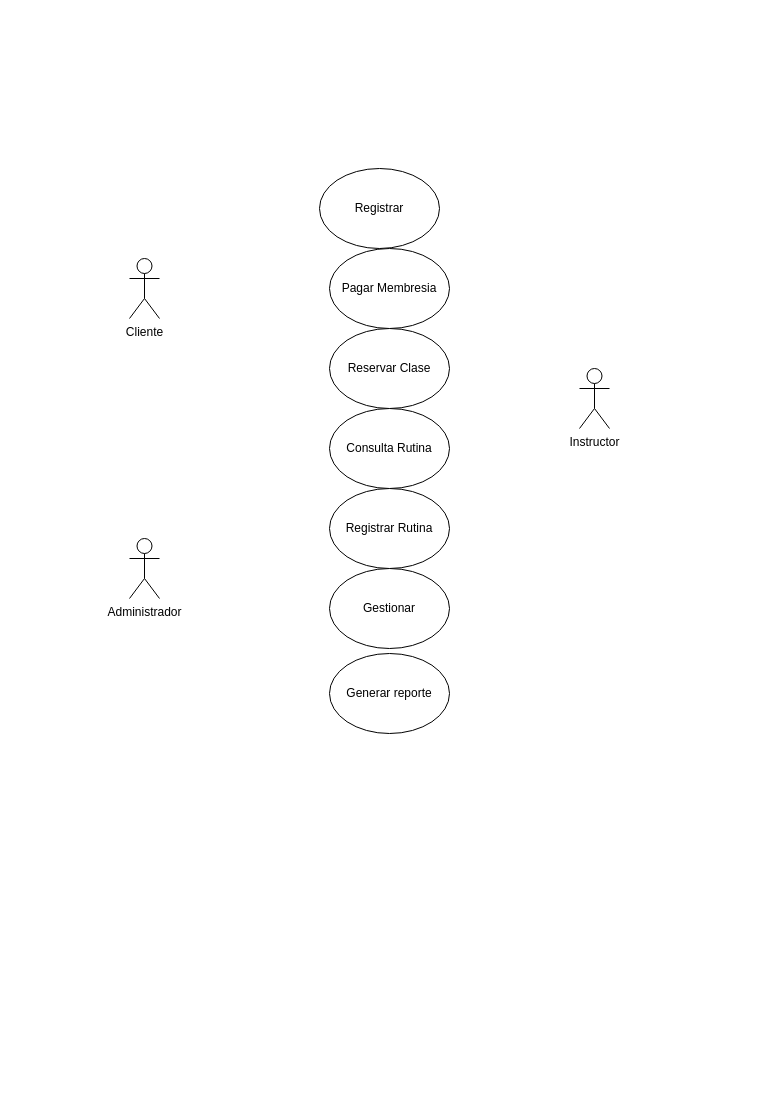
Earlier version of the draw.io diagram Diagrama Caso de Uso UML.drawio (AlexAntonio29/PracticasProgramacion). Source tidied: cells renumbered, new cells numbered last; positions are measured from the earlier drawing's top-left corner, leaving out a move shared by most shapes. Both pictures are drawn from the tidied source at 100%, with x=0, y=0 at pixel (129, 168).
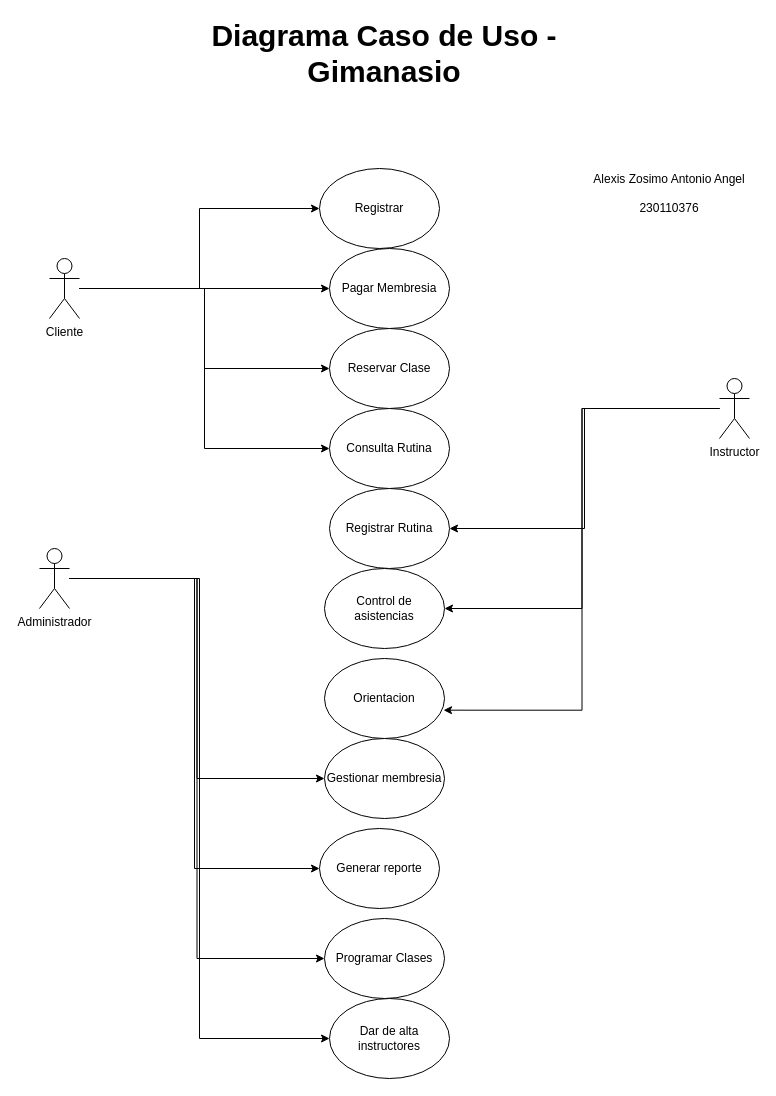
Above is the later version.

Unchanged cells that the change refers to:
```xml
<mxCell id="2" value="Registrar" style="ellipse;whiteSpace=wrap;html=1;" parent="1" vertex="1">
  <mxGeometry x="190" width="120" height="80" as="geometry" />
</mxCell>
<mxCell id="4" value="Pagar Membresia" style="ellipse;whiteSpace=wrap;html=1;" parent="1" vertex="1">
  <mxGeometry x="200" y="80" width="120" height="80" as="geometry" />
</mxCell>
<mxCell id="5" value="Reservar Clase" style="ellipse;whiteSpace=wrap;html=1;" parent="1" vertex="1">
  <mxGeometry x="200" y="160" width="120" height="80" as="geometry" />
</mxCell>
<mxCell id="6" value="Consulta Rutina" style="ellipse;whiteSpace=wrap;html=1;" parent="1" vertex="1">
  <mxGeometry x="200" y="240" width="120" height="80" as="geometry" />
</mxCell>
<mxCell id="7" value="Registrar Rutina" style="ellipse;whiteSpace=wrap;html=1;" parent="1" vertex="1">
  <mxGeometry x="200" y="320" width="120" height="80" as="geometry" />
</mxCell>
```

Diff of the diagram source:
```diff
@@
+    <mxCell id="12" style="edgeStyle=orthogonalEdgeStyle;rounded=0;jettySize=auto;html=1;entryX=0;entryY=0.5;entryDx=0;entryDy=0;" parent="1" edge="1" source="3" target="2">
+      <mxGeometry relative="1" as="geometry" />
+    </mxCell>
+    <mxCell id="13" style="edgeStyle=orthogonalEdgeStyle;rounded=0;jettySize=auto;html=1;entryX=0;entryY=0.5;entryDx=0;entryDy=0;" parent="1" edge="1" source="3" target="4">
+      <mxGeometry relative="1" as="geometry" />
+    </mxCell>
+    <mxCell id="14" style="edgeStyle=orthogonalEdgeStyle;rounded=0;jettySize=auto;html=1;entryX=0;entryY=0.5;entryDx=0;entryDy=0;" parent="1" edge="1" source="3" target="5">
+      <mxGeometry relative="1" as="geometry" />
+    </mxCell>
+    <mxCell id="15" style="edgeStyle=orthogonalEdgeStyle;rounded=0;jettySize=auto;html=1;entryX=0;entryY=0.5;entryDx=0;entryDy=0;" parent="1" edge="1" source="3" target="6">
+      <mxGeometry relative="1" as="geometry" />
+    </mxCell>
     <mxCell id="3" value="Cliente" style="shape=umlActor;verticalLabelPosition=bottom;verticalAlign=top;html=1;outlineConnect=0;" parent="1" vertex="1">
-      <mxGeometry y="90" width="30" height="60" as="geometry" />
+      <mxGeometry x="-80" y="90" width="30" height="60" as="geometry" />
     </mxCell>
@@
-    <mxCell id="8" value="Gestionar" style="ellipse;whiteSpace=wrap;html=1;" parent="1" vertex="1">
-      <mxGeometry x="200" y="400" width="120" height="80" as="geometry" />
+    <mxCell id="8" value="Gestionar membresia" style="ellipse;whiteSpace=wrap;html=1;" parent="1" vertex="1">
+      <mxGeometry x="195" y="570" width="120" height="80" as="geometry" />
     </mxCell>
     <mxCell id="9" value="Generar reporte" style="ellipse;whiteSpace=wrap;html=1;" parent="1" vertex="1">
-      <mxGeometry x="200" y="485" width="120" height="80" as="geometry" />
+      <mxGeometry x="190" y="660" width="120" height="80" as="geometry" />
     </mxCell>
+    <mxCell id="16" style="edgeStyle=orthogonalEdgeStyle;rounded=0;jettySize=auto;html=1;entryX=0;entryY=0.5;entryDx=0;entryDy=0;" parent="1" edge="1" source="10" target="8">
+      <mxGeometry relative="1" as="geometry" />
+    </mxCell>
+    <mxCell id="17" style="edgeStyle=orthogonalEdgeStyle;rounded=0;jettySize=auto;html=1;entryX=0;entryY=0.5;entryDx=0;entryDy=0;" parent="1" edge="1" source="10" target="9">
+      <mxGeometry relative="1" as="geometry" />
+    </mxCell>
+    <mxCell id="18" style="edgeStyle=orthogonalEdgeStyle;rounded=0;jettySize=auto;html=1;entryX=0;entryY=0.5;entryDx=0;entryDy=0;" parent="1" edge="1" source="10" target="26">
+      <mxGeometry relative="1" as="geometry" />
+    </mxCell>
+    <mxCell id="19" style="edgeStyle=orthogonalEdgeStyle;rounded=0;jettySize=auto;html=1;entryX=0;entryY=0.5;entryDx=0;entryDy=0;" parent="1" edge="1" source="10" target="27">
+      <mxGeometry relative="1" as="geometry" />
+    </mxCell>
     <mxCell id="10" value="Administrador" style="shape=umlActor;verticalLabelPosition=bottom;verticalAlign=top;html=1;outlineConnect=0;" parent="1" vertex="1">
-      <mxGeometry y="370" width="30" height="60" as="geometry" />
+      <mxGeometry x="-90" y="380" width="30" height="60" as="geometry" />
     </mxCell>
+    <mxCell id="20" style="edgeStyle=orthogonalEdgeStyle;rounded=0;jettySize=auto;html=1;entryX=1;entryY=0.5;entryDx=0;entryDy=0;" parent="1" edge="1" source="11" target="7">
+      <mxGeometry relative="1" as="geometry" />
+    </mxCell>
+    <mxCell id="21" style="edgeStyle=orthogonalEdgeStyle;rounded=0;jettySize=auto;html=1;entryX=1;entryY=0.5;entryDx=0;entryDy=0;" parent="1" edge="1" source="11" target="23">
+      <mxGeometry relative="1" as="geometry" />
+    </mxCell>
     <mxCell id="11" value="Instructor" style="shape=umlActor;verticalLabelPosition=bottom;verticalAlign=top;html=1;outlineConnect=0;" parent="1" vertex="1">
-      <mxGeometry x="450" y="200" width="30" height="60" as="geometry" />
+      <mxGeometry x="590" y="210" width="30" height="60" as="geometry" />
     </mxCell>
+    <mxCell id="22" value="&lt;font style=&quot;font-size: 30px;&quot;&gt;&lt;b&gt;Diagrama Caso de Uso - Gimanasio&lt;/b&gt;&lt;/font&gt;" style="text;strokeColor=none;align=center;fillColor=none;html=1;verticalAlign=middle;whiteSpace=wrap;rounded=0;" parent="1" vertex="1">
+      <mxGeometry x="60" y="-130" width="390" height="30" as="geometry" />
+    </mxCell>
+    <mxCell id="23" value="Control de asistencias" style="ellipse;whiteSpace=wrap;html=1;" parent="1" vertex="1">
+      <mxGeometry x="195" y="400" width="120" height="80" as="geometry" />
+    </mxCell>
+    <mxCell id="24" value="Orientacion" style="ellipse;whiteSpace=wrap;html=1;" parent="1" vertex="1">
+      <mxGeometry x="195" y="490" width="120" height="80" as="geometry" />
+    </mxCell>
+    <mxCell id="25" style="edgeStyle=orthogonalEdgeStyle;rounded=0;jettySize=auto;html=1;entryX=0.992;entryY=0.646;entryDx=0;entryDy=0;entryPerimeter=0;" parent="1" edge="1" source="11" target="24">
+      <mxGeometry relative="1" as="geometry" />
+    </mxCell>
+    <mxCell id="26" value="Programar Clases" style="ellipse;whiteSpace=wrap;html=1;" parent="1" vertex="1">
+      <mxGeometry x="195" y="750" width="120" height="80" as="geometry" />
+    </mxCell>
+    <mxCell id="27" value="Dar de alta instructores" style="ellipse;whiteSpace=wrap;html=1;" parent="1" vertex="1">
+      <mxGeometry x="200" y="830" width="120" height="80" as="geometry" />
+    </mxCell>
+    <mxCell id="28" value="Alexis Zosimo Antonio Angel&lt;div&gt;&lt;br&gt;&lt;/div&gt;&lt;div&gt;230110376&lt;/div&gt;" style="text;strokeColor=none;align=center;fillColor=none;html=1;verticalAlign=middle;whiteSpace=wrap;rounded=0;" parent="1" vertex="1">
+      <mxGeometry x="460" y="10" width="160" height="30" as="geometry" />
+    </mxCell>
```
